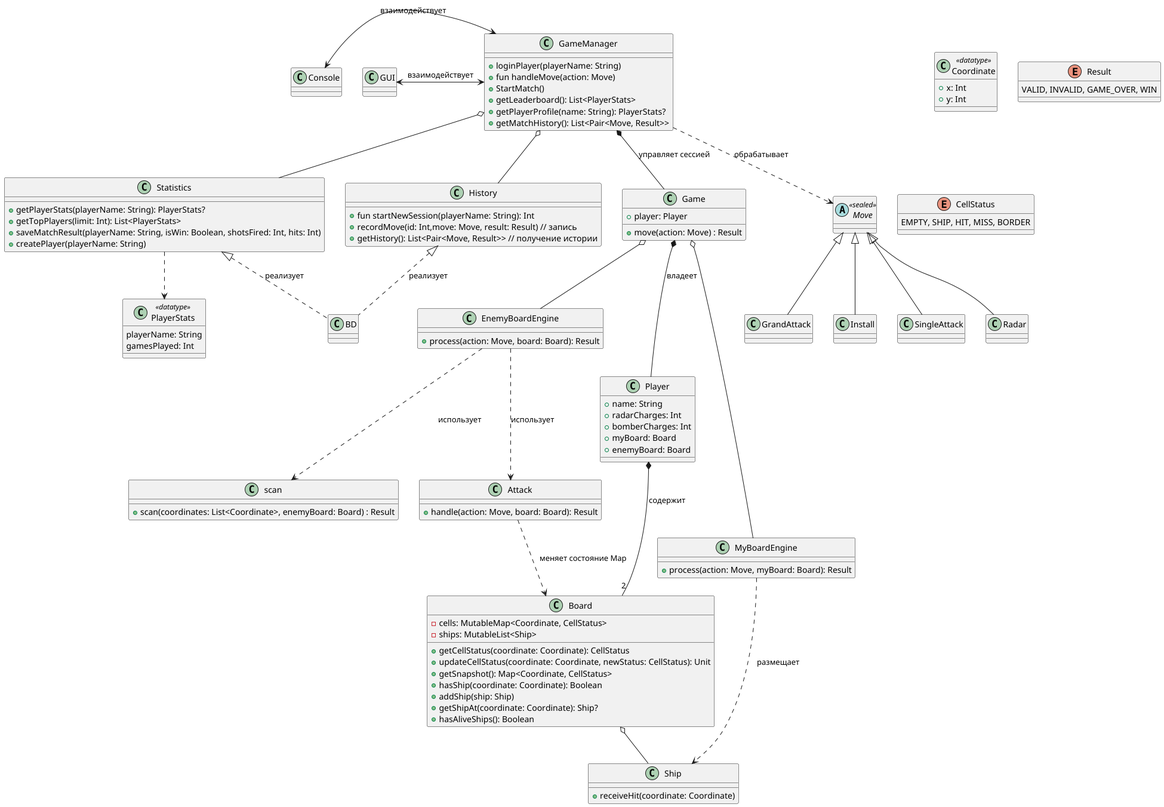
The PlantUML diagram src/main/classes/resources/GRAPH.png in leonilkuz-13/boardgame_tracker_desktop, before a commit.
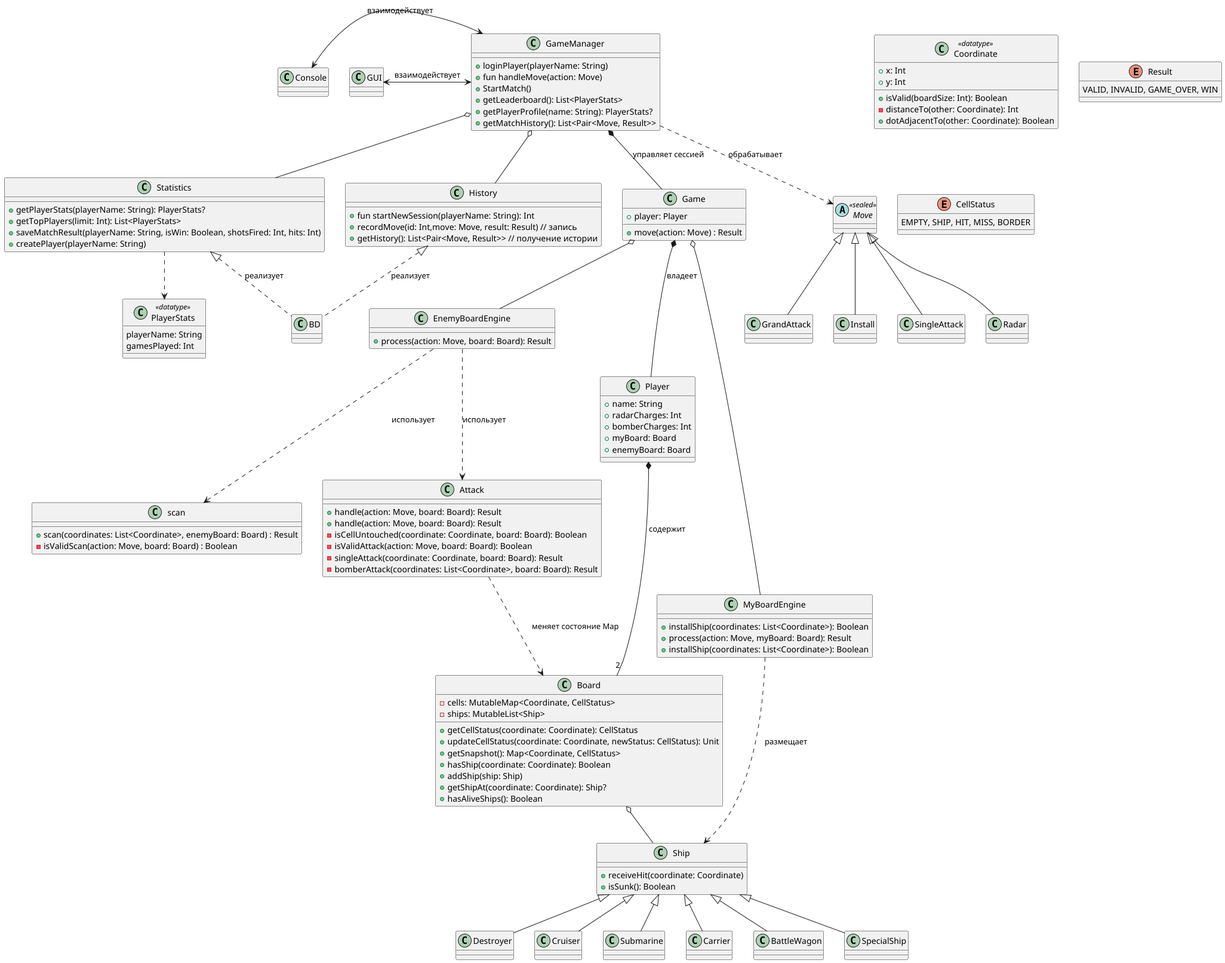
Later version of the same file.

Change to the diagram source:
```diff
@@ -62,6 +62,9 @@
 class Coordinate <<datatype>> {
   +x: Int
   +y: Int
+  +isValid(boardSize: Int): Boolean
+  -distanceTo(other: Coordinate): Int
+  +dotAdjacentTo(other: Coordinate): Boolean
 }
 
 enum Result {
@@ -82,20 +85,43 @@
     +process(action: Move, board: Board): Result
 }
 
+class Destroyer
+class Cruiser
+class Submarine
+class Carrier
+class BattleWagon
+class SpecialShip
+
 class MyBoardEngine {
+    +installShip(coordinates: List<Coordinate>): Boolean
     +process(action: Move, myBoard: Board): Result
+    +installShip(coordinates: List<Coordinate>): Boolean
 }
+
+Ship <|-- Destroyer
+Ship <|-- Cruiser
+Ship <|-- Submarine
+Ship <|-- Carrier
+Ship <|-- BattleWagon
+Ship <|-- SpecialShip
 
 class Attack {
     +handle(action: Move, board: Board): Result
+    +handle(action: Move, board: Board): Result
+    -isCellUntouched(coordinate: Coordinate, board: Board): Boolean
+    -isValidAttack(action: Move, board: Board): Boolean
+    -singleAttack(coordinate: Coordinate, board: Board): Result
+    -bomberAttack(coordinates: List<Coordinate>, board: Board): Result
 }
 
 class scan {
     +scan(coordinates: List<Coordinate>, enemyBoard: Board) : Result
+    -isValidScan(action: Move, board: Board) : Boolean
 }
 
 class Ship {
     +receiveHit(coordinate: Coordinate)
+    +isSunk(): Boolean
 }
 
 class PlayerStats <<datatype>>{
@@ -110,6 +136,7 @@
 
 GameManager o-- Statistics
 GameManager o-- History
+
 
 Statistics <|.. BD : реализует
 History <|.. BD : реализует
```
